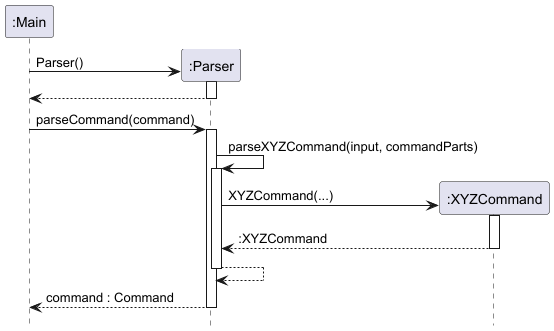
The PlantUML diagram docs/images/CommandParsingSequenceDiagram.png in nus-cs2113-AY2425S1/tp, before a commit.
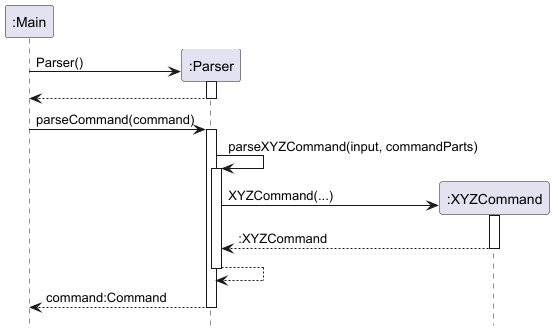
The same file after the commit.

Change to the diagram source:
```diff
@@ -23,7 +23,7 @@
 return :XYZCommand
 return
 
-parser --> main : command : Command
+parser --> main : command:Command
 deactivate parser
 
 @enduml
```
